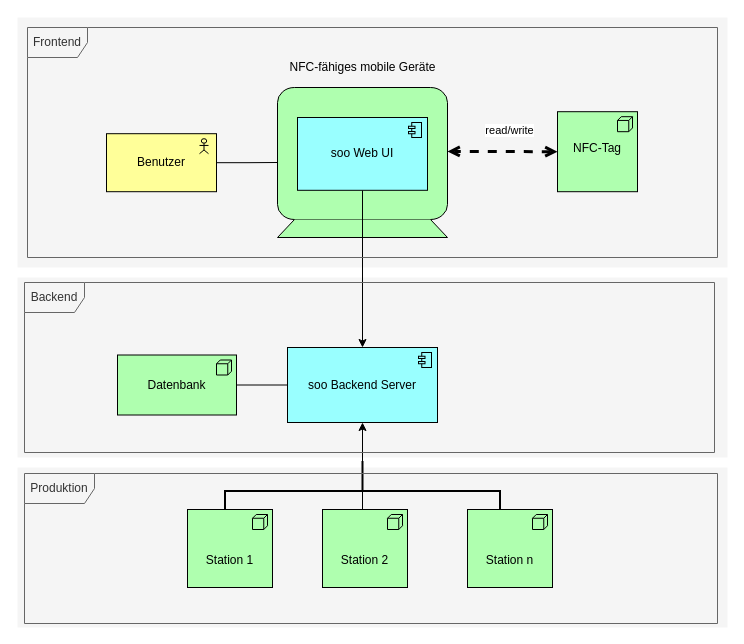
ngock/AndroidFirestoreArchitectureComponents keeps this draw.io diagram as page "Page-1" (1 of 4) of Architektur.drawio. Above is the earlier version. Source tidied: cells renumbered, new cells numbered last; positions are measured from the earlier drawing's top-left corner, leaving out a move shared by most shapes. Both pictures are drawn from the tidied source at 100%, with x=0, y=0 at pixel (17, 17).
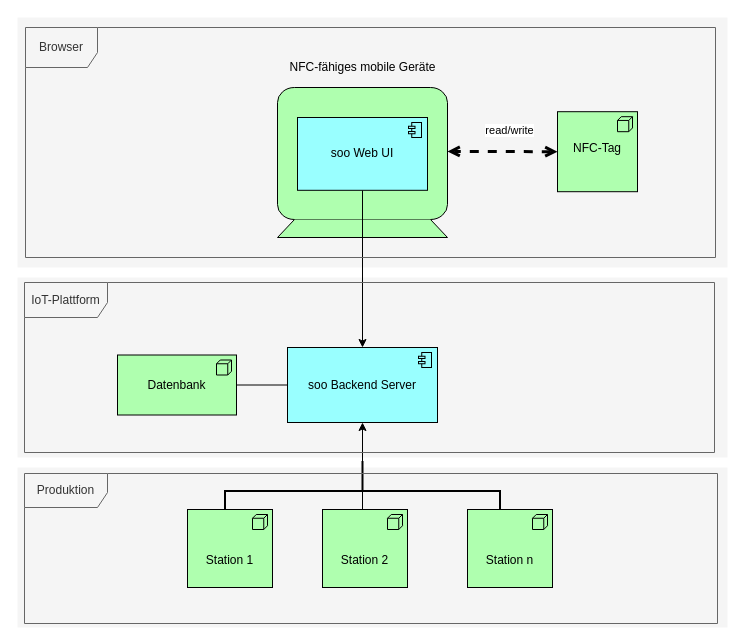
Above is the later version.

The change refers to these unchanged cells:
```xml
<mxCell id="5" style="html=1;outlineConnect=0;whiteSpace=wrap;fillColor=#AFFFAF;shape=mxgraph.archimate3.device;" parent="1" vertex="1">
  <mxGeometry x="260" y="70" width="170" height="150" as="geometry" />
</mxCell>
```

The edit, as a diff of the source:
```diff
@@
-    <mxCell id="6" style="edgeStyle=orthogonalEdgeStyle;rounded=0;jettySize=auto;html=1;endArrow=none;endFill=0;" parent="1" edge="1" source="7" target="5">
-      <mxGeometry relative="1" as="geometry" />
-    </mxCell>
-    <mxCell id="7" value="Benutzer" style="html=1;outlineConnect=0;whiteSpace=wrap;fillColor=#ffff99;shape=mxgraph.archimate3.application;appType=actor;archiType=square;" parent="1" vertex="1">
-      <mxGeometry x="89" y="116.2" width="110" height="58" as="geometry" />
-    </mxCell>
@@
-    <mxCell id="20" value="Backend" style="shape=umlFrame;whiteSpace=wrap;html=1;fillColor=#f5f5f5;strokeColor=#666666;labelBackgroundColor=none;shadow=0;fontColor=#333333;" parent="1" vertex="1">
+    <mxCell id="20" value="IoT-Plattform" style="shape=umlFrame;whiteSpace=wrap;html=1;fillColor=#f5f5f5;strokeColor=#666666;labelBackgroundColor=none;shadow=0;fontColor=#333333;width=83;height=35;" parent="1" vertex="1">
       <mxGeometry x="7" y="265" width="690" height="170" as="geometry" />
     </mxCell>
-    <mxCell id="21" value="Produktion" style="shape=umlFrame;whiteSpace=wrap;html=1;fillColor=#f5f5f5;strokeColor=#666666;labelBackgroundColor=none;shadow=0;fontColor=#333333;width=70;height=30;" parent="1" vertex="1">
+    <mxCell id="21" value="Produktion" style="shape=umlFrame;whiteSpace=wrap;html=1;fillColor=#f5f5f5;strokeColor=#666666;labelBackgroundColor=none;shadow=0;fontColor=#333333;width=83;height=34;" parent="1" vertex="1">
       <mxGeometry x="7" y="456" width="693" height="150" as="geometry" />
     </mxCell>
@@
-    <mxCell id="24" value="Frontend" style="shape=umlFrame;whiteSpace=wrap;html=1;fillColor=#f5f5f5;strokeColor=#666666;labelBackgroundColor=none;shadow=0;fontColor=#333333;" parent="1" vertex="1">
-      <mxGeometry x="10" y="10" width="690" height="230" as="geometry" />
+    <mxCell id="24" value="Browser" style="shape=umlFrame;whiteSpace=wrap;html=1;fillColor=#f5f5f5;strokeColor=#666666;labelBackgroundColor=none;shadow=0;fontColor=#333333;width=72;height=40;" parent="1" vertex="1">
+      <mxGeometry x="8" y="10" width="690" height="230" as="geometry" />
     </mxCell>
```
